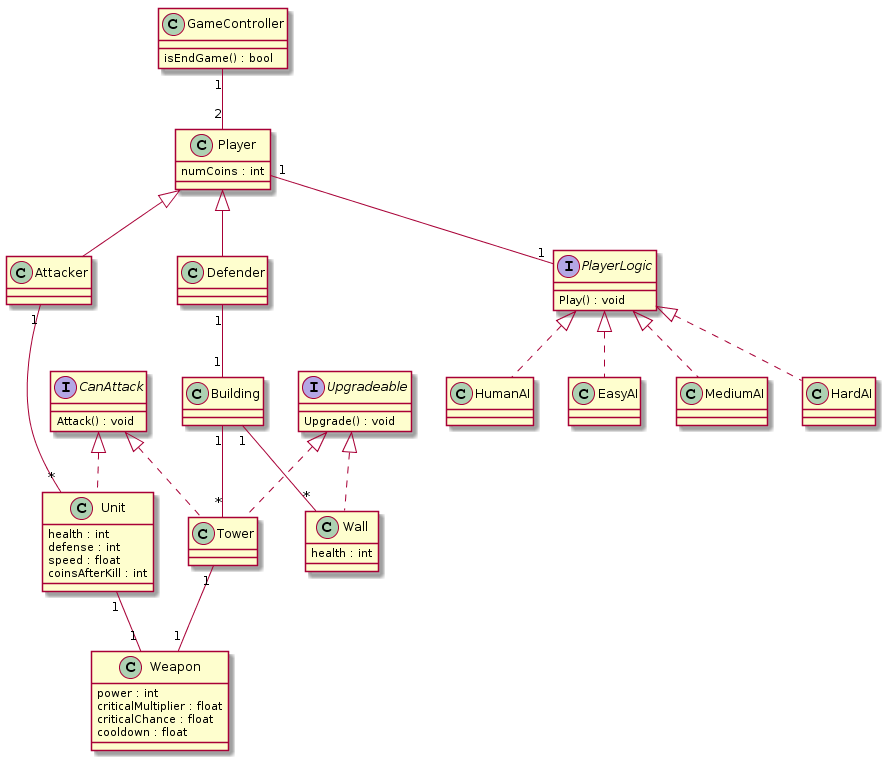
NestorTejero/ES2016B keeps this PlantUML diagram as uml_diagrams/classDiagram.png. Above is the earlier version.
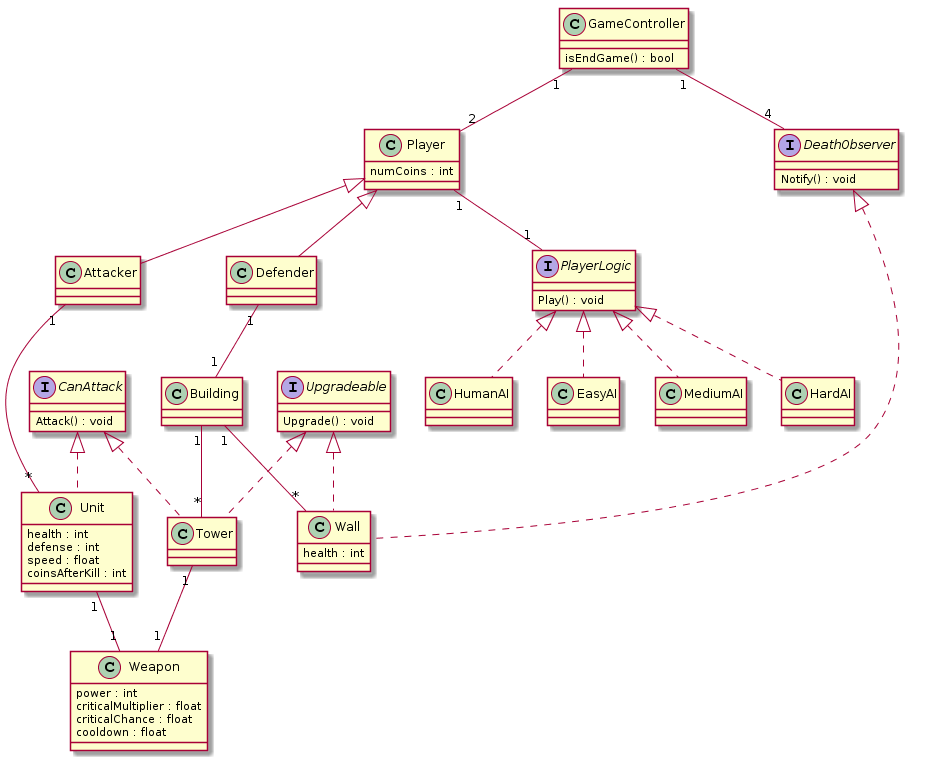
Above is the later version.

Commit message:
Added Observer Pattern for win-lose condition

The edit, as a diff of the source:
```diff
@@ -24,6 +24,12 @@
 interface PlayerLogic {
     Play() : void
 }
+
+interface DeathObserver {
+    Notify() : void
+}
+
+GameController "1" -- "4" DeathObserver
 
 class HumanAI implements PlayerLogic {
 }
@@ -70,7 +76,7 @@
 
 Building "1" -- "*" Tower
 
-class Wall implements Upgradeable{
+class Wall implements Upgradeable, DeathObserver{
     health : int
 }
 
```
